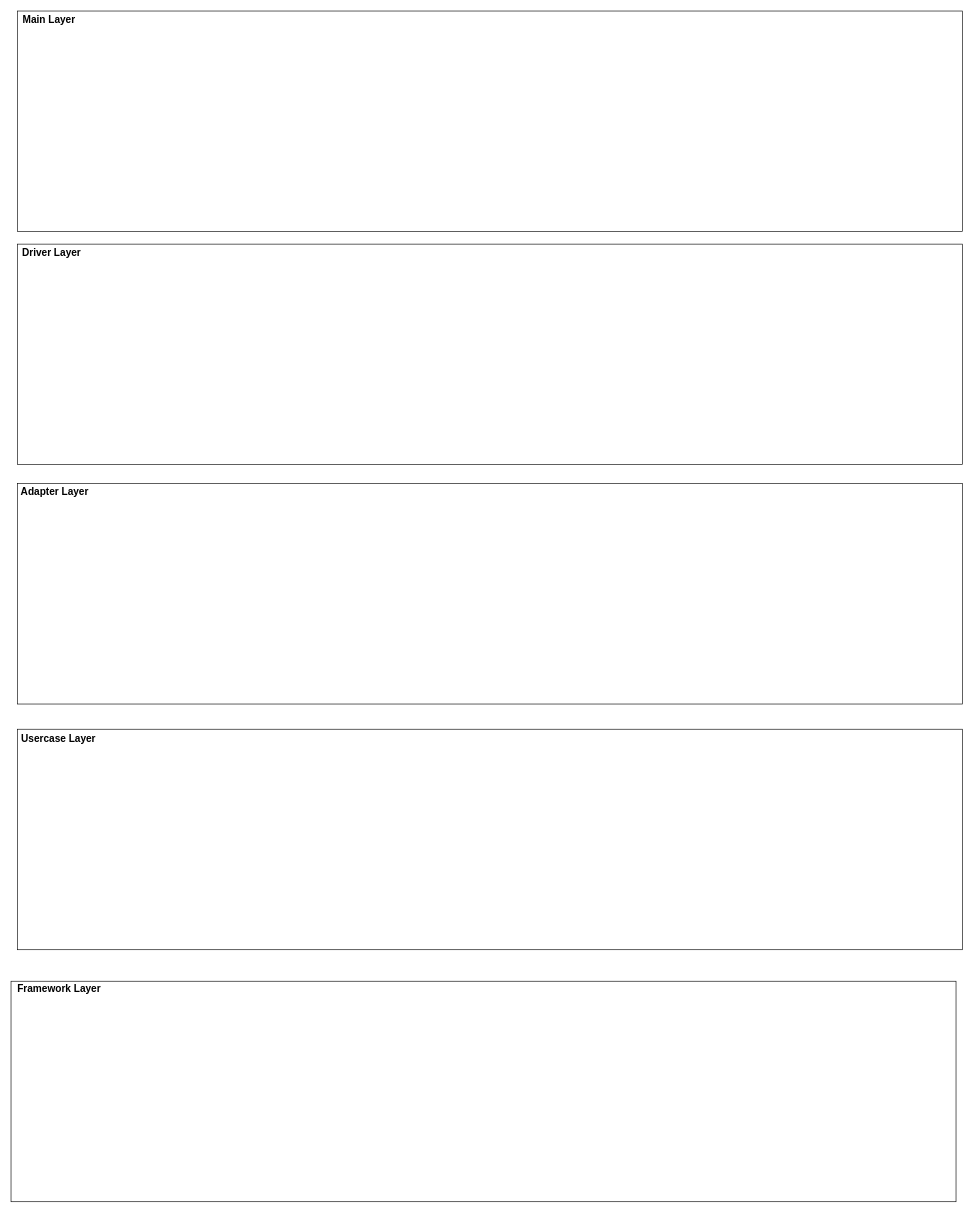
gookhee/diagrams keeps this draw.io diagram as modularization.drawio. Above is the earlier version. Source tidied: cells renumbered, new cells numbered last; positions are measured from the earlier drawing's top-left corner, leaving out a move shared by most shapes. Both pictures are drawn from the tidied source at 63%, with x=0, y=0 at pixel (11, 11).
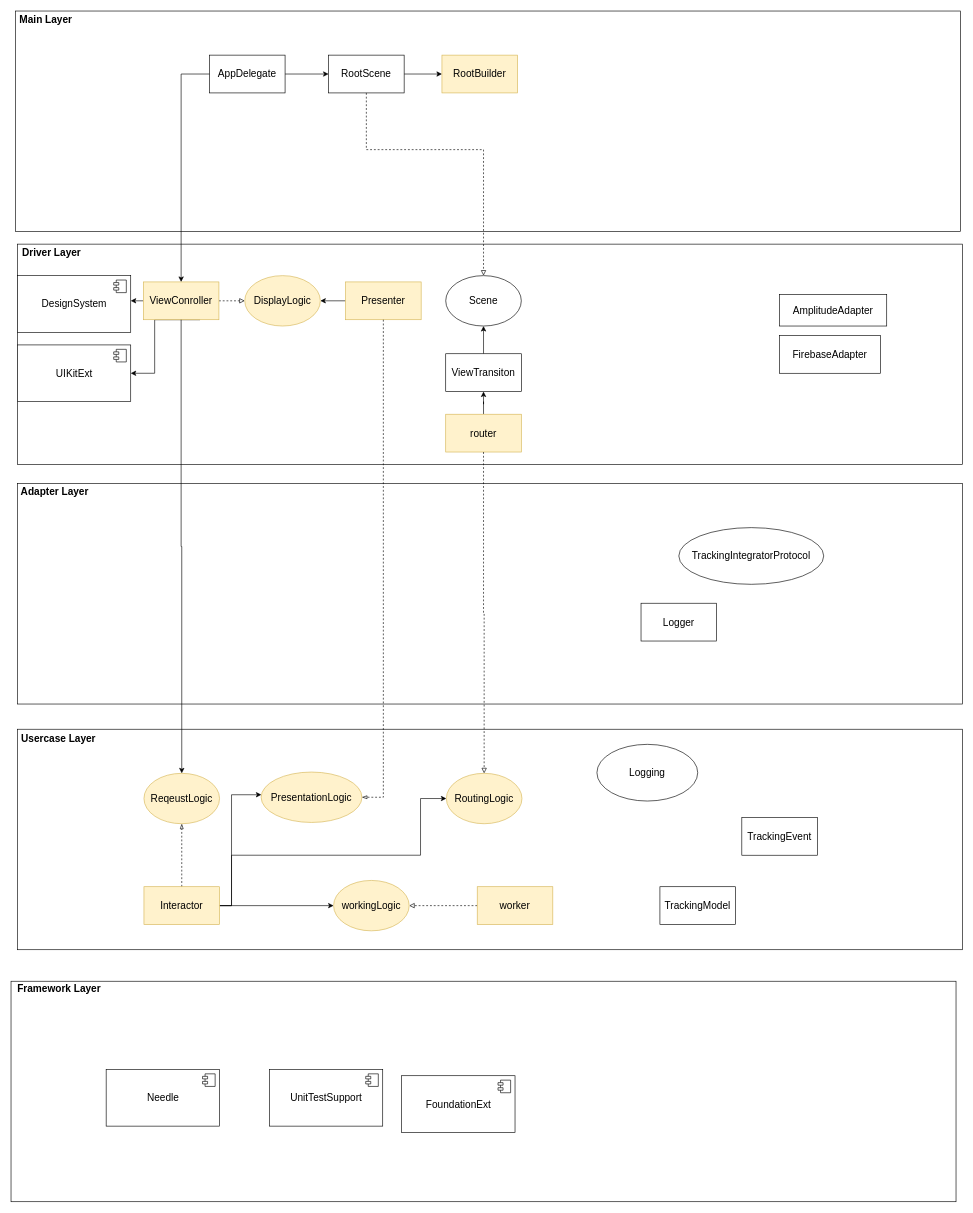
After the change.

The change refers to these unchanged cells:
```xml
<mxCell id="5" style="group;" parent="1" vertex="1">
  <mxGeometry y="1540" width="1500" height="350" as="geometry" />
</mxCell>
<mxCell id="8" style="group;" parent="1" vertex="1">
  <mxGeometry x="10" y="370" width="1500" height="350" as="geometry" />
</mxCell>
<mxCell id="14" style="group;" parent="1" vertex="1">
  <mxGeometry x="10" y="1140" width="1500" height="350" as="geometry" />
</mxCell>
```

Diff of the diagram source:
```diff
@@
     <mxCell id="2" style="group;" parent="1" vertex="1">
-      <mxGeometry x="10" width="1500" height="350" as="geometry" />
+      <mxGeometry width="1500" height="350" as="geometry" />
     </mxCell>
     <mxCell id="3" style="whiteSpace=wrap;html=1;" parent="2" vertex="1">
-      <mxGeometry width="1500" height="350" as="geometry" />
+      <mxGeometry x="7" width="1500" height="350" as="geometry" />
     </mxCell>
     <mxCell id="4" value="Main Layer" style="text;html=1;align=center;verticalAlign=middle;fillColor=none;strokeColor=none;rounded=0;fontStyle=1;fontSize=16;" parent="2" vertex="1">
-      <mxGeometry y="3" width="100" height="20" as="geometry" />
+      <mxGeometry x="5" y="3" width="100" height="20" as="geometry" />
     </mxCell>
+    <mxCell id="17" style="edgeStyle=orthogonalEdgeStyle;rounded=0;jettySize=auto;html=1;fontSize=16;" parent="2" edge="1" source="18" target="21">
+      <mxGeometry relative="1" as="geometry" />
+    </mxCell>
+    <mxCell id="18" value="AppDelegate" style="rounded=0;whiteSpace=wrap;html=1;fontSize=16;" parent="2" vertex="1">
+      <mxGeometry x="315" y="70" width="120" height="60" as="geometry" />
+    </mxCell>
+    <mxCell id="19" value="RootBuilder" style="rounded=0;whiteSpace=wrap;html=1;fontSize=16;fillColor=#fff2cc;strokeColor=#d6b656;" parent="2" vertex="1">
+      <mxGeometry x="684" y="70" width="120" height="60" as="geometry" />
+    </mxCell>
+    <mxCell id="20" style="edgeStyle=orthogonalEdgeStyle;rounded=0;jettySize=auto;html=1;fontSize=16;" parent="2" edge="1" source="21" target="19">
+      <mxGeometry relative="1" as="geometry" />
+    </mxCell>
+    <mxCell id="21" value="RootScene" style="rounded=0;whiteSpace=wrap;html=1;fontSize=16;" parent="2" vertex="1">
+      <mxGeometry x="504" y="70" width="120" height="60" as="geometry" />
+    </mxCell>
@@
+    <mxCell id="22" value="Needle" style="html=1;fontSize=16;" parent="5" vertex="1">
+      <mxGeometry x="151" y="140" width="180" height="90" as="geometry" />
+    </mxCell>
+    <mxCell id="23" style="shape=module;jettyWidth=8;jettyHeight=4;fontSize=16;" parent="22" vertex="1">
+      <mxGeometry x="1" width="20" height="20" relative="1" as="geometry">
+        <mxPoint x="-27" y="7" as="offset" />
+      </mxGeometry>
+    </mxCell>
+    <mxCell id="24" value="UnitTestSupport" style="html=1;fontSize=16;" parent="5" vertex="1">
+      <mxGeometry x="410" y="140" width="180" height="90" as="geometry" />
+    </mxCell>
+    <mxCell id="25" style="shape=module;jettyWidth=8;jettyHeight=4;fontSize=16;" parent="24" vertex="1">
+      <mxGeometry x="1" width="20" height="20" relative="1" as="geometry">
+        <mxPoint x="-27" y="7" as="offset" />
+      </mxGeometry>
+    </mxCell>
+    <mxCell id="26" value="FoundationExt" style="html=1;fontSize=16;" parent="5" vertex="1">
+      <mxGeometry x="620" y="150" width="180" height="90" as="geometry" />
+    </mxCell>
+    <mxCell id="27" style="shape=module;jettyWidth=8;jettyHeight=4;fontSize=16;" parent="26" vertex="1">
+      <mxGeometry x="1" width="20" height="20" relative="1" as="geometry">
+        <mxPoint x="-27" y="7" as="offset" />
+      </mxGeometry>
+    </mxCell>
@@
+    <mxCell id="28" style="edgeStyle=orthogonalEdgeStyle;rounded=0;jettySize=auto;html=1;fontSize=16;dashed=1;endArrow=block;endFill=0;" parent="8" edge="1" source="31" target="39">
+      <mxGeometry relative="1" as="geometry" />
+    </mxCell>
+    <mxCell id="29" style="edgeStyle=orthogonalEdgeStyle;rounded=0;jettySize=auto;html=1;fontSize=16;endArrow=classic;endFill=1;" parent="8" edge="1" source="31" target="40">
+      <mxGeometry relative="1" as="geometry">
+        <Array as="points">
+          <mxPoint x="190" y="90" />
+          <mxPoint x="190" y="90" />
+        </Array>
+      </mxGeometry>
+    </mxCell>
+    <mxCell id="30" style="edgeStyle=orthogonalEdgeStyle;rounded=0;jettySize=auto;html=1;exitX=0.75;exitY=1;exitDx=0;exitDy=0;entryX=1;entryY=0.5;entryDx=0;entryDy=0;fontSize=16;endArrow=classic;endFill=1;" parent="8" edge="1" source="31" target="44">
+      <mxGeometry relative="1" as="geometry">
+        <Array as="points">
+          <mxPoint x="218" y="120" />
+          <mxPoint x="218" y="205" />
+        </Array>
+      </mxGeometry>
+    </mxCell>
+    <mxCell id="31" value="ViewConroller" style="rounded=0;whiteSpace=wrap;html=1;fontSize=16;fillColor=#fff2cc;strokeColor=#d6b656;" parent="8" vertex="1">
+      <mxGeometry x="200" y="60" width="120" height="60" as="geometry" />
+    </mxCell>
+    <mxCell id="32" style="edgeStyle=orthogonalEdgeStyle;rounded=0;jettySize=auto;html=1;fontSize=16;endArrow=classic;endFill=1;" parent="8" edge="1" source="33" target="39">
+      <mxGeometry relative="1" as="geometry" />
+    </mxCell>
+    <mxCell id="33" value="Presenter" style="rounded=0;whiteSpace=wrap;html=1;fontSize=16;fillColor=#fff2cc;strokeColor=#d6b656;" parent="8" vertex="1">
+      <mxGeometry x="521" y="60" width="120" height="60" as="geometry" />
+    </mxCell>
+    <mxCell id="34" style="edgeStyle=orthogonalEdgeStyle;rounded=0;jettySize=auto;html=1;fontSize=16;endArrow=classic;endFill=1;" parent="8" edge="1" source="35" target="37">
+      <mxGeometry relative="1" as="geometry" />
+    </mxCell>
+    <mxCell id="35" value="router" style="rounded=0;whiteSpace=wrap;html=1;fontSize=16;fillColor=#fff2cc;strokeColor=#d6b656;" parent="8" vertex="1">
+      <mxGeometry x="680" y="270" width="120" height="60" as="geometry" />
+    </mxCell>
+    <mxCell id="36" style="edgeStyle=orthogonalEdgeStyle;rounded=0;jettySize=auto;html=1;fontSize=16;endArrow=classic;endFill=1;" parent="8" edge="1" source="37" target="38">
+      <mxGeometry relative="1" as="geometry" />
+    </mxCell>
+    <mxCell id="37" value="ViewTransiton" style="rounded=0;whiteSpace=wrap;html=1;fontSize=16;" parent="8" vertex="1">
+      <mxGeometry x="680" y="174" width="120" height="60" as="geometry" />
+    </mxCell>
+    <mxCell id="38" value="Scene" style="ellipse;whiteSpace=wrap;html=1;fontSize=16;" parent="8" vertex="1">
+      <mxGeometry x="680" y="50" width="120" height="80" as="geometry" />
+    </mxCell>
+    <mxCell id="39" value="DisplayLogic" style="ellipse;whiteSpace=wrap;html=1;fontSize=16;fillColor=#fff2cc;strokeColor=#d6b656;" parent="8" vertex="1">
+      <mxGeometry x="361" y="50" width="120" height="80" as="geometry" />
+    </mxCell>
+    <mxCell id="40" value="DesignSystem" style="html=1;fontSize=16;" parent="8" vertex="1">
+      <mxGeometry y="50" width="180" height="90" as="geometry" />
+    </mxCell>
+    <mxCell id="41" style="shape=module;jettyWidth=8;jettyHeight=4;fontSize=16;" parent="40" vertex="1">
+      <mxGeometry x="1" width="20" height="20" relative="1" as="geometry">
+        <mxPoint x="-27" y="7" as="offset" />
+      </mxGeometry>
+    </mxCell>
+    <mxCell id="42" value="AmplitudeAdapter" style="rounded=0;whiteSpace=wrap;html=1;fontSize=16;" parent="8" vertex="1">
+      <mxGeometry x="1210" y="80" width="170" height="50" as="geometry" />
+    </mxCell>
+    <mxCell id="43" value="FirebaseAdapter" style="rounded=0;whiteSpace=wrap;html=1;fontSize=16;" parent="8" vertex="1">
+      <mxGeometry x="1210" y="145" width="160" height="60" as="geometry" />
+    </mxCell>
+    <mxCell id="44" value="UIKitExt" style="html=1;fontSize=16;" parent="8" vertex="1">
+      <mxGeometry y="160" width="180" height="90" as="geometry" />
+    </mxCell>
+    <mxCell id="45" style="shape=module;jettyWidth=8;jettyHeight=4;fontSize=16;" parent="44" vertex="1">
+      <mxGeometry x="1" width="20" height="20" relative="1" as="geometry">
+        <mxPoint x="-27" y="7" as="offset" />
+      </mxGeometry>
+    </mxCell>
-    <mxCell id="11" style="group;" parent="1" vertex="1">
+    <mxCell id="11" style="group;dashed=1;" parent="1" vertex="1">
       <mxGeometry x="10" y="750" width="1500" height="350" as="geometry" />
     </mxCell>
@@
+    <mxCell id="46" value="TrackingIntegratorProtocol" style="ellipse;whiteSpace=wrap;html=1;fontSize=16;" parent="11" vertex="1">
+      <mxGeometry x="1050" y="70" width="230" height="90" as="geometry" />
+    </mxCell>
+    <mxCell id="47" value="Logger" style="rounded=0;whiteSpace=wrap;html=1;fontSize=16;" parent="11" vertex="1">
+      <mxGeometry x="990" y="190" width="120" height="60" as="geometry" />
+    </mxCell>
@@
+    <mxCell id="48" style="edgeStyle=orthogonalEdgeStyle;rounded=0;jettySize=auto;html=1;dashed=1;fontSize=16;endArrow=blockThin;endFill=0;" parent="14" edge="1" source="52" target="57">
+      <mxGeometry relative="1" as="geometry" />
+    </mxCell>
+    <mxCell id="49" style="edgeStyle=orthogonalEdgeStyle;rounded=0;jettySize=auto;html=1;fontSize=16;endArrow=classic;endFill=1;" parent="14" edge="1" source="52" target="56">
+      <mxGeometry relative="1" as="geometry">
+        <Array as="points">
+          <mxPoint x="340" y="280" />
+          <mxPoint x="340" y="104" />
+        </Array>
+      </mxGeometry>
+    </mxCell>
+    <mxCell id="50" style="edgeStyle=orthogonalEdgeStyle;rounded=0;jettySize=auto;html=1;entryX=0;entryY=0.5;entryDx=0;entryDy=0;fontSize=16;endArrow=classic;endFill=1;" parent="14" edge="1" source="52" target="55">
+      <mxGeometry relative="1" as="geometry" />
+    </mxCell>
+    <mxCell id="51" style="edgeStyle=orthogonalEdgeStyle;rounded=0;jettySize=auto;html=1;fontSize=16;endArrow=classic;endFill=1;" parent="14" edge="1" source="52" target="61">
+      <mxGeometry relative="1" as="geometry">
+        <Array as="points">
+          <mxPoint x="340" y="280" />
+          <mxPoint x="340" y="200" />
+          <mxPoint x="640" y="200" />
+          <mxPoint x="640" y="110" />
+        </Array>
+      </mxGeometry>
+    </mxCell>
+    <mxCell id="52" value="Interactor" style="rounded=0;whiteSpace=wrap;html=1;fontSize=16;fillColor=#fff2cc;strokeColor=#d6b656;" parent="14" vertex="1">
+      <mxGeometry x="201" y="250" width="120" height="60" as="geometry" />
+    </mxCell>
+    <mxCell id="53" style="edgeStyle=orthogonalEdgeStyle;rounded=0;jettySize=auto;html=1;fontSize=16;endArrow=block;endFill=0;dashed=1;" parent="14" edge="1" source="54" target="55">
+      <mxGeometry relative="1" as="geometry" />
+    </mxCell>
+    <mxCell id="54" value="worker" style="rounded=0;whiteSpace=wrap;html=1;fontSize=16;fillColor=#fff2cc;strokeColor=#d6b656;" parent="14" vertex="1">
+      <mxGeometry x="730" y="250" width="120" height="60" as="geometry" />
+    </mxCell>
+    <mxCell id="55" value="workingLogic" style="ellipse;whiteSpace=wrap;html=1;fontSize=16;fillColor=#fff2cc;strokeColor=#d6b656;" parent="14" vertex="1">
+      <mxGeometry x="502" y="240" width="120" height="80" as="geometry" />
+    </mxCell>
+    <mxCell id="56" value="PresentationLogic" style="ellipse;whiteSpace=wrap;html=1;fontSize=16;fillColor=#fff2cc;strokeColor=#d6b656;" parent="14" vertex="1">
+      <mxGeometry x="387" y="68" width="160" height="80" as="geometry" />
+    </mxCell>
+    <mxCell id="57" value="ReqeustLogic" style="ellipse;whiteSpace=wrap;html=1;fontSize=16;fillColor=#fff2cc;strokeColor=#d6b656;" parent="14" vertex="1">
+      <mxGeometry x="201" y="70" width="120" height="80" as="geometry" />
+    </mxCell>
+    <mxCell id="58" value="Logging" style="ellipse;whiteSpace=wrap;html=1;fontSize=16;" parent="14" vertex="1">
+      <mxGeometry x="920" y="24" width="160" height="90" as="geometry" />
+    </mxCell>
+    <mxCell id="59" value="TrackingEvent" style="rounded=0;whiteSpace=wrap;html=1;fontSize=16;" parent="14" vertex="1">
+      <mxGeometry x="1150" y="140" width="120" height="60" as="geometry" />
+    </mxCell>
+    <mxCell id="60" value="TrackingModel" style="rounded=0;whiteSpace=wrap;html=1;fontSize=16;" parent="14" vertex="1">
+      <mxGeometry x="1020" y="250" width="120" height="60" as="geometry" />
+    </mxCell>
+    <mxCell id="61" value="RoutingLogic" style="ellipse;whiteSpace=wrap;html=1;fontSize=16;fillColor=#fff2cc;strokeColor=#d6b656;" parent="14" vertex="1">
+      <mxGeometry x="681" y="70" width="120" height="80" as="geometry" />
+    </mxCell>
+    <mxCell id="62" style="edgeStyle=orthogonalEdgeStyle;rounded=0;jettySize=auto;html=1;fontSize=16;" parent="1" edge="1" source="18" target="31">
+      <mxGeometry relative="1" as="geometry">
+        <Array as="points">
+          <mxPoint x="270" y="100" />
+        </Array>
+      </mxGeometry>
+    </mxCell>
+    <mxCell id="63" style="edgeStyle=orthogonalEdgeStyle;rounded=0;jettySize=auto;html=1;fontSize=16;endArrow=block;endFill=0;dashed=1;" parent="1" edge="1" source="21" target="38">
+      <mxGeometry relative="1" as="geometry">
+        <Array as="points">
+          <mxPoint x="564" y="220" />
+          <mxPoint x="750" y="220" />
+        </Array>
+      </mxGeometry>
+    </mxCell>
+    <mxCell id="64" style="edgeStyle=orthogonalEdgeStyle;rounded=0;jettySize=auto;html=1;entryX=1;entryY=0.5;entryDx=0;entryDy=0;fontSize=16;endArrow=blockThin;endFill=0;dashed=1;" parent="1" edge="1" source="33" target="56">
+      <mxGeometry relative="1" as="geometry">
+        <Array as="points">
+          <mxPoint x="591" y="1248" />
+        </Array>
+      </mxGeometry>
+    </mxCell>
+    <mxCell id="65" style="edgeStyle=orthogonalEdgeStyle;rounded=0;jettySize=auto;html=1;fontSize=16;endArrow=classic;endFill=1;" parent="1" edge="1" source="31" target="57">
+      <mxGeometry relative="1" as="geometry" />
+    </mxCell>
+    <mxCell id="66" style="edgeStyle=orthogonalEdgeStyle;rounded=0;jettySize=auto;html=1;dashed=1;fontSize=16;endArrow=block;endFill=0;" parent="1" edge="1" source="35" target="61">
+      <mxGeometry relative="1" as="geometry" />
+    </mxCell>
```
